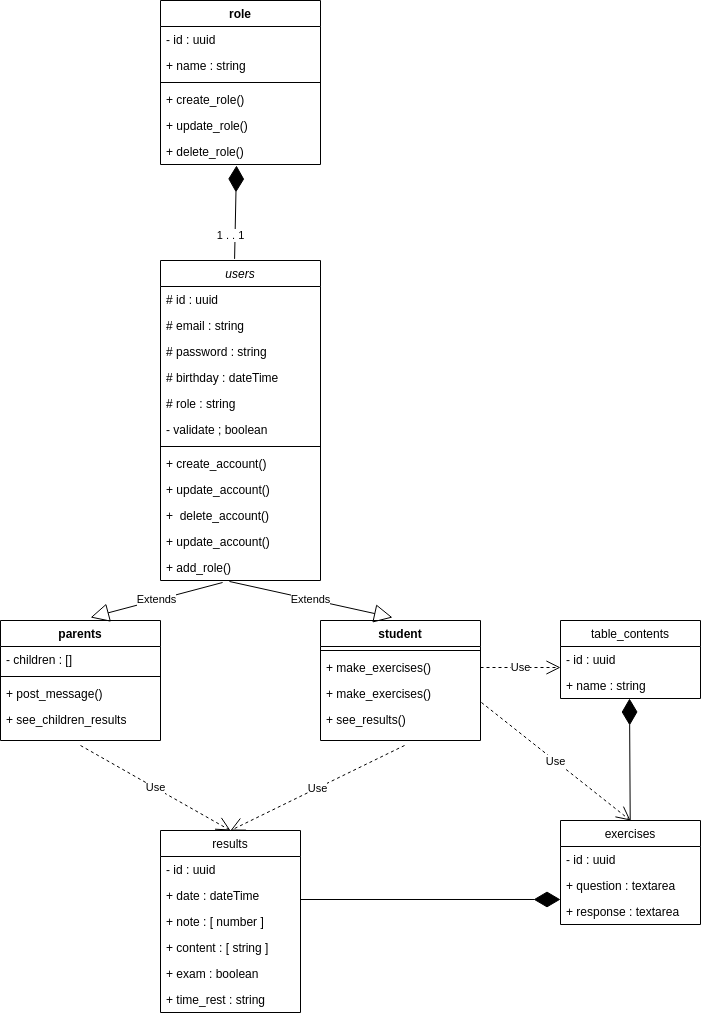
aerobi93/educ keeps this draw.io diagram as class.drawio.png. Above is the earlier version. Source tidied: cells renumbered, new cells last; positions are measured from the earlier drawing's top-left corner, leaving out a move shared by most shapes.
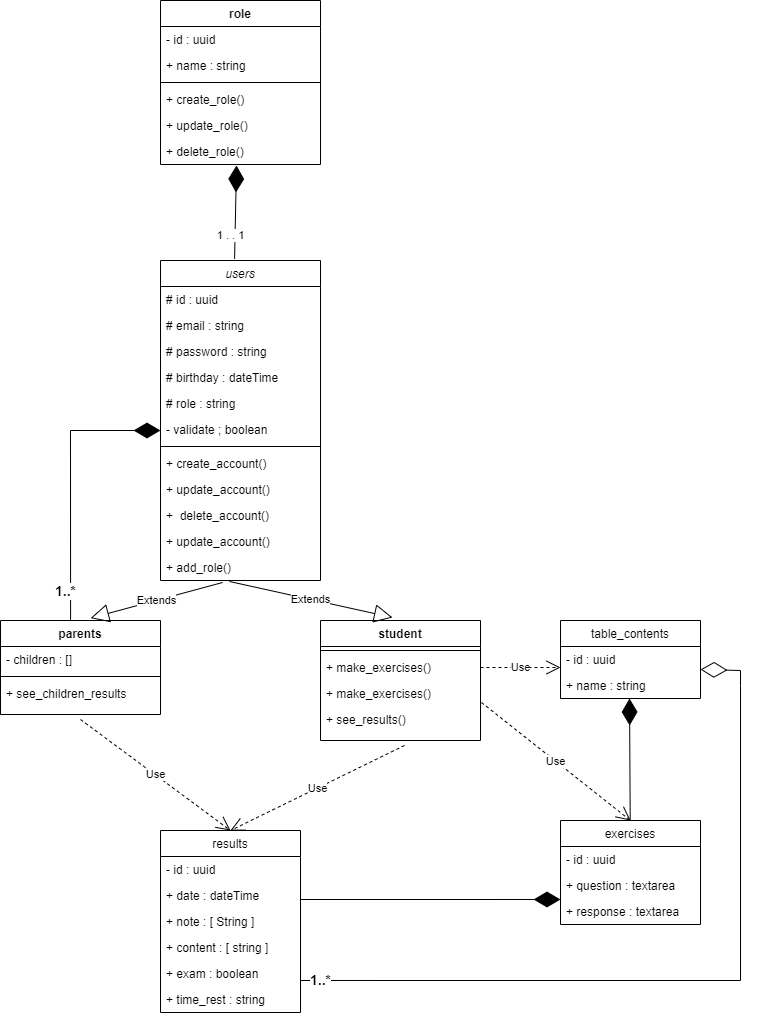
Above is the later version.

Change to the diagram source:
```diff
@@ -71,7 +71,7 @@
       </mxGeometry>
     </mxCell>
     <mxCell id="24" value="parents" style="swimlane;fontStyle=1;align=center;verticalAlign=top;horizontal=1;startSize=26;" parent="1" vertex="1">
-      <mxGeometry y="620" width="160" height="120" as="geometry" />
+      <mxGeometry y="620" width="160" height="94" as="geometry" />
     </mxCell>
     <mxCell id="25" value="- children : []" style="text;strokeColor=none;fillColor=none;align=left;verticalAlign=top;spacingLeft=4;spacingRight=4;overflow=hidden;" parent="24" vertex="1">
       <mxGeometry y="26" width="160" height="26" as="geometry" />
@@ -79,11 +79,8 @@
     <mxCell id="26" style="line;strokeWidth=1;fillColor=none;align=left;verticalAlign=middle;spacingTop=-1;spacingLeft=3;spacingRight=3;labelPosition=right;" parent="24" vertex="1">
       <mxGeometry y="52" width="160" height="8" as="geometry" />
     </mxCell>
-    <mxCell id="27" value="+ post_message()&#10;" style="text;strokeColor=none;fillColor=none;align=left;verticalAlign=top;spacingLeft=4;spacingRight=4;overflow=hidden;" parent="24" vertex="1">
-      <mxGeometry y="60" width="160" height="26" as="geometry" />
-    </mxCell>
     <mxCell id="28" value="+ see_children_results" style="text;strokeColor=none;fillColor=none;align=left;verticalAlign=top;spacingLeft=4;spacingRight=4;overflow=hidden;points=[[0,0.5],[1,0.5]];portConstraint=eastwest;" parent="24" vertex="1">
-      <mxGeometry y="86" width="160" height="34" as="geometry" />
+      <mxGeometry y="60" width="160" height="34" as="geometry" />
     </mxCell>
     <mxCell id="29" value="student" style="swimlane;fontStyle=1;align=center;verticalAlign=top;horizontal=1;startSize=26;" parent="1" vertex="1">
       <mxGeometry x="320" y="620" width="160" height="120" as="geometry" />
@@ -147,7 +144,7 @@
     <mxCell id="48" value="+ date : dateTime" style="text;strokeColor=none;fillColor=none;align=left;verticalAlign=top;spacingLeft=4;spacingRight=4;overflow=hidden;" parent="46" vertex="1">
       <mxGeometry y="52" width="140" height="26" as="geometry" />
     </mxCell>
-    <mxCell id="49" value="+ note : [ number ]" style="text;strokeColor=none;fillColor=none;align=left;verticalAlign=top;spacingLeft=4;spacingRight=4;overflow=hidden;" parent="46" vertex="1">
+    <mxCell id="49" value="+ note : [ String ]" style="text;strokeColor=none;fillColor=none;align=left;verticalAlign=top;spacingLeft=4;spacingRight=4;overflow=hidden;" parent="46" vertex="1">
       <mxGeometry y="78" width="140" height="26" as="geometry" />
     </mxCell>
     <mxCell id="50" value="+ content : [ string ]" style="text;strokeColor=none;fillColor=none;align=left;verticalAlign=top;spacingLeft=4;spacingRight=4;overflow=hidden;" parent="46" vertex="1">
@@ -172,5 +169,25 @@
         <mxPoint x="230" y="830" as="targetPoint" />
       </mxGeometry>
     </mxCell>
+    <mxCell id="56" value="1..*" style="endArrow=diamondThin;endFill=0;endSize=24;html=1;rounded=0;entryX=1;entryY=-0.115;entryDx=0;entryDy=0;entryPerimeter=0;exitX=1;exitY=-0.231;exitDx=0;exitDy=0;exitPerimeter=0;fontStyle=1;fontSize=14;" parent="1" edge="1" source="52" target="36">
+      <mxGeometry x="-0.95" relative="1" as="geometry">
+        <Array as="points">
+          <mxPoint x="740" y="980" />
+          <mxPoint x="740" y="685" />
+          <mxPoint x="740" y="670" />
+        </Array>
+      </mxGeometry>
+    </mxCell>
+    <mxCell id="57" style="endArrow=diamondThin;endFill=1;endSize=24;html=1;rounded=0;exitX=0.438;exitY=-0.008;exitDx=0;exitDy=0;exitPerimeter=0;" parent="1" edge="1" source="24">
+      <mxGeometry relative="1" as="geometry">
+        <mxPoint x="160" y="430" as="targetPoint" />
+        <Array as="points">
+          <mxPoint x="70" y="430" />
+        </Array>
+      </mxGeometry>
+    </mxCell>
+    <mxCell id="58" value="1..*" style="edgeLabel;html=1;align=center;verticalAlign=middle;fontSize=14;fontStyle=1;" parent="57" vertex="1">
+      <mxGeometry x="-0.79" y="6" relative="1" as="geometry" />
+    </mxCell>
   </root>
 </mxGraphModel>
```
